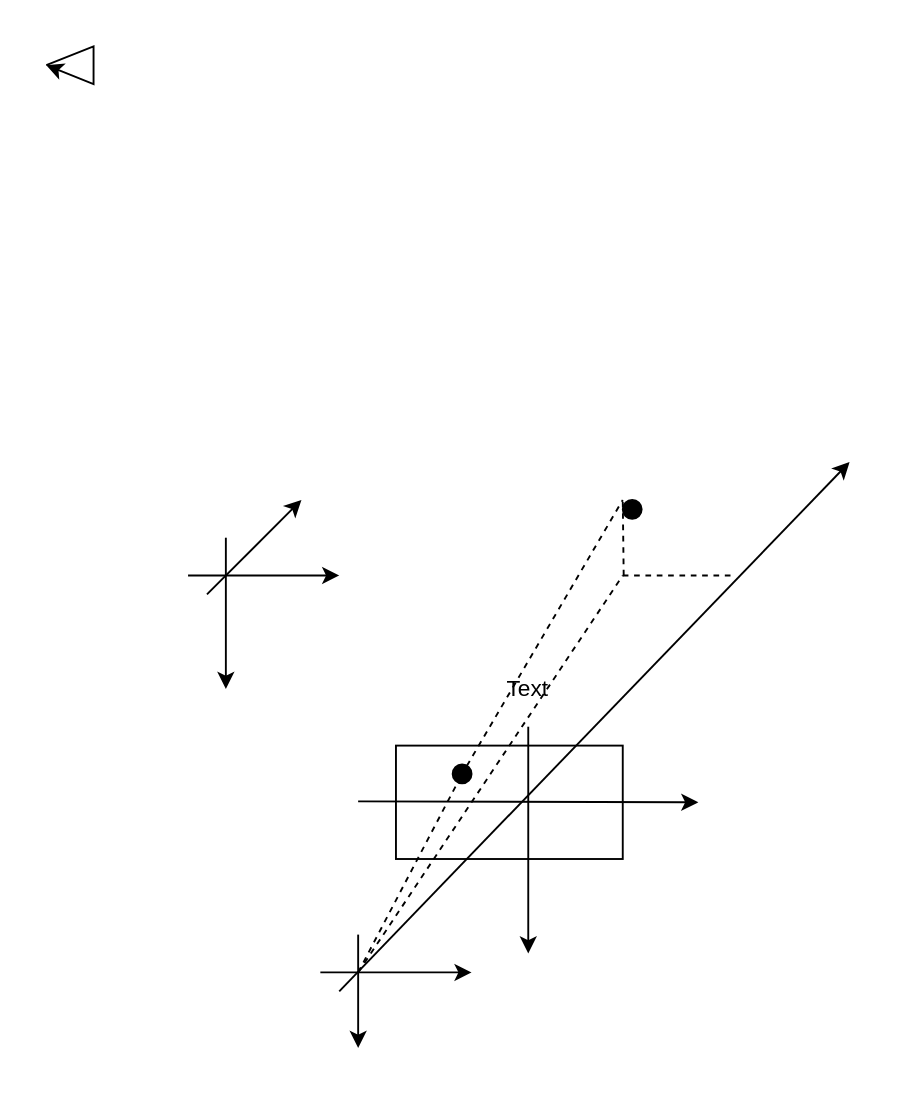
The draw.io diagram figures/coordinates.drawio in ShutongJIN/turtlebot4landmark, before the edit. Source tidied: cells renumbered, new cells numbered last; positions are measured from the earlier drawing's top-left corner, leaving out a move shared by most shapes. Both pictures are drawn from the tidied source at 189%, with x=0, y=0 at pixel (36, 64).
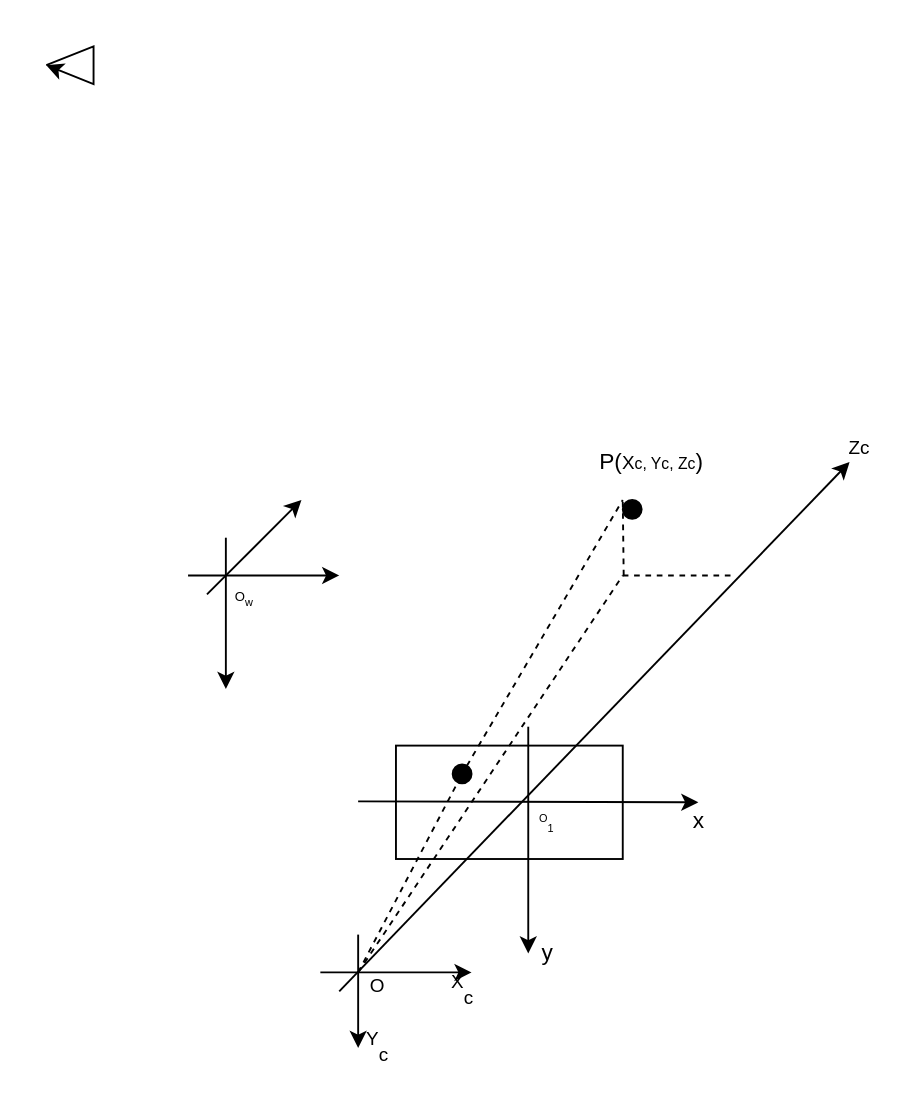
Above is the later version.

The edit, as a diff of the source:
```diff
@@
-    <mxCell id="20" value="Text" style="text;html=1;strokeColor=none;fillColor=none;align=center;verticalAlign=middle;whiteSpace=wrap;rounded=0;" parent="1" vertex="1">
-      <mxGeometry x="240" y="320" width="40" height="20" as="geometry" />
+    <mxCell id="20" value="&lt;span style=&quot;font-size: 6.94444px&quot;&gt;O&lt;sub&gt;w&lt;/sub&gt;&lt;/span&gt;" style="text;html=1;strokeColor=none;fillColor=none;align=center;verticalAlign=middle;whiteSpace=wrap;rounded=0;" parent="1" vertex="1">
+      <mxGeometry x="90" y="270" width="40" height="20" as="geometry" />
     </mxCell>
+    <mxCell id="21" value="&lt;span style=&quot;font-size: 6.94444px&quot;&gt;&lt;sup&gt;O&lt;/sup&gt;&lt;sub&gt;1&lt;/sub&gt;&lt;/span&gt;" style="text;html=1;strokeColor=none;fillColor=none;align=center;verticalAlign=middle;whiteSpace=wrap;rounded=0;" parent="1" vertex="1">
+      <mxGeometry x="250" y="390" width="40" height="20" as="geometry" />
+    </mxCell>
+    <mxCell id="22" value="&lt;sup&gt;O&lt;/sup&gt;" style="text;html=1;align=center;verticalAlign=middle;strokeColor=none;" parent="1" vertex="1">
+      <mxGeometry x="165" y="480" width="30" height="20" as="geometry" />
+    </mxCell>
+    <mxCell id="23" value="&lt;sup&gt;Y&lt;/sup&gt;&lt;sub&gt;c&lt;/sub&gt;" style="text;html=1;align=center;verticalAlign=middle;strokeColor=none;" parent="1" vertex="1">
+      <mxGeometry x="165" y="505" width="30" height="30" as="geometry" />
+    </mxCell>
+    <mxCell id="24" value="&lt;sup&gt;X&lt;/sup&gt;&lt;sub&gt;c&lt;/sub&gt;" style="text;html=1;align=center;verticalAlign=middle;strokeColor=none;" parent="1" vertex="1">
+      <mxGeometry x="210" y="475" width="30" height="30" as="geometry" />
+    </mxCell>
+    <mxCell id="25" value="x" style="text;html=1;align=center;verticalAlign=middle;strokeColor=none;" parent="1" vertex="1">
+      <mxGeometry x="340" y="390" width="20" height="20" as="geometry" />
+    </mxCell>
+    <mxCell id="26" value="y" style="text;html=1;align=center;verticalAlign=middle;strokeColor=none;" parent="1" vertex="1">
+      <mxGeometry x="260" y="460" width="20" height="20" as="geometry" />
+    </mxCell>
+    <mxCell id="27" value="P(&lt;span style=&quot;font-size: 10px&quot;&gt;X&lt;/span&gt;&lt;span style=&quot;font-size: 8.33333px&quot;&gt;c, Yc, Zc&lt;/span&gt;)" style="text;html=1;align=center;verticalAlign=middle;strokeColor=none;" parent="1" vertex="1">
+      <mxGeometry x="280" y="200" width="90" height="20" as="geometry" />
+    </mxCell>
+    <mxCell id="28" value="&lt;sub&gt;Zc&lt;/sub&gt;" style="text;html=1;align=center;verticalAlign=middle;strokeColor=none;" parent="1" vertex="1">
+      <mxGeometry x="420" y="190" width="30" height="20" as="geometry" />
+    </mxCell>
```
